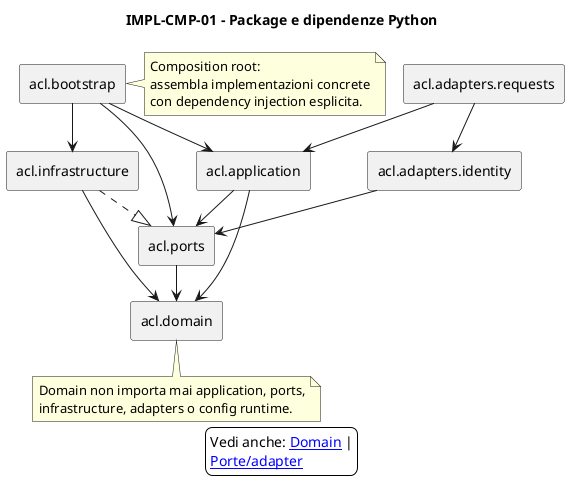
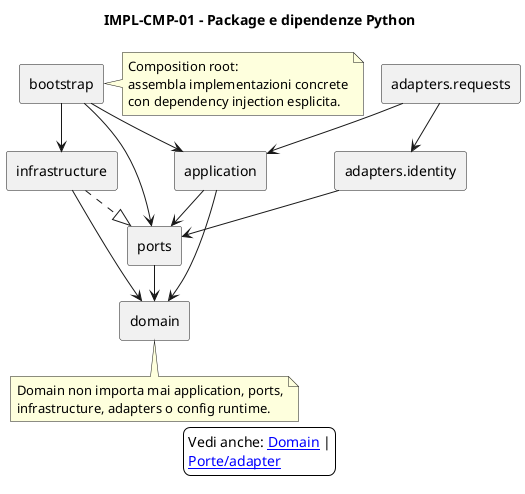
@startuml impl_cmp_01_package_layers
' Title: Sistema ACL - impl_cmp_01_package_layers
' Author/Licensor: Francesco
' Source: this repository
' License: Creative Commons Attribution-ShareAlike 4.0 International
' License URL: https://creativecommons.org/licenses/by-sa/4.0/
' SPDX-License-Identifier: CC-BY-SA-4.0
!pragma layout smetana
skinparam backgroundColor white
skinparam nodesep 80
skinparam ranksep 80
title IMPL-CMP-01 - Package e dipendenze Python
skinparam shadowing false
skinparam componentStyle rectangle

- component "acl.adapters.requests" as ReqAdapters
- component "acl.adapters.identity" as IdentityAdapters
- component "acl.bootstrap" as Bootstrap
- component "acl.infrastructure" as Infra
- component "acl.application" as App
- component "acl.ports" as Ports
- component "acl.domain" as Domain
+ component "adapters.requests" as ReqAdapters
+ component "adapters.identity" as IdentityAdapters
+ component "bootstrap" as Bootstrap
+ component "infrastructure" as Infra
+ component "application" as App
+ component "ports" as Ports
+ component "domain" as Domain

ReqAdapters --> App
ReqAdapters --> IdentityAdapters
IdentityAdapters --> Ports
Bootstrap --> App
Bootstrap --> Infra
Bootstrap --> Ports
Infra ..|> Ports
Infra --> Domain
App --> Ports
App --> Domain
Ports --> Domain

note bottom of Domain
  Domain non importa mai application, ports,
  infrastructure, adapters o config runtime.
end note

note right of Bootstrap
  Composition root:
  assembla implementazioni concrete
  con dependency injection esplicita.
end note

legend
  Vedi anche: [[../classi/01_domain_objects.puml Domain]] |
  [[../classi/03_ports_adapters.puml Porte/adapter]]
endlegend
@enduml
